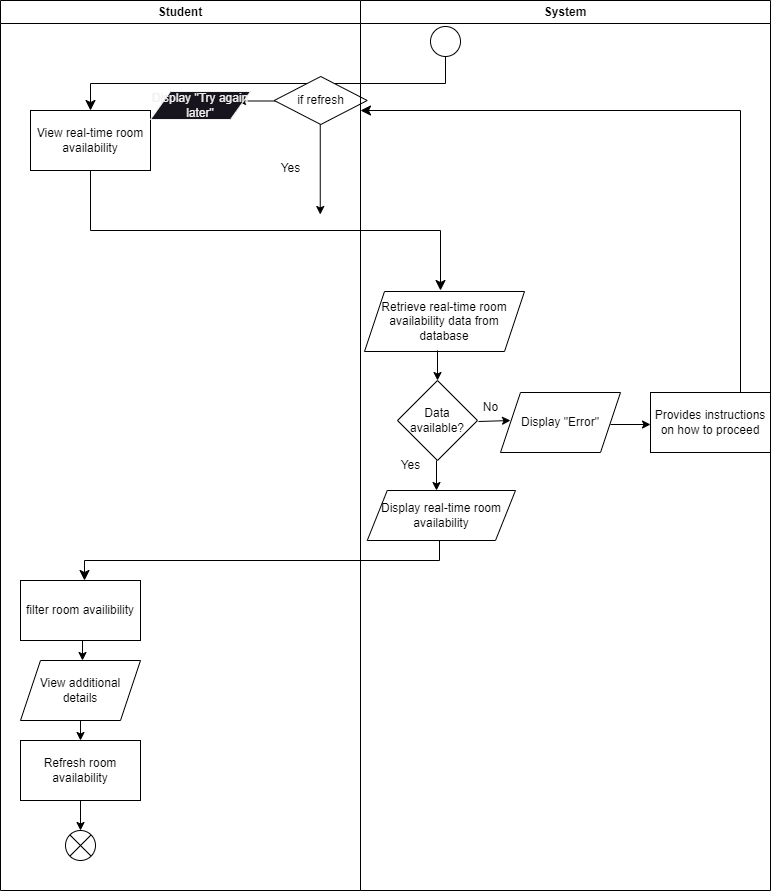
Earlier version of the draw.io export project/drawio/stakeholder/activity diagram/uc18.png (drshahizan/software-engineering). Source tidied: cells renumbered, new cells last; positions are measured from the earlier drawing's top-left corner, leaving out a move shared by most shapes.
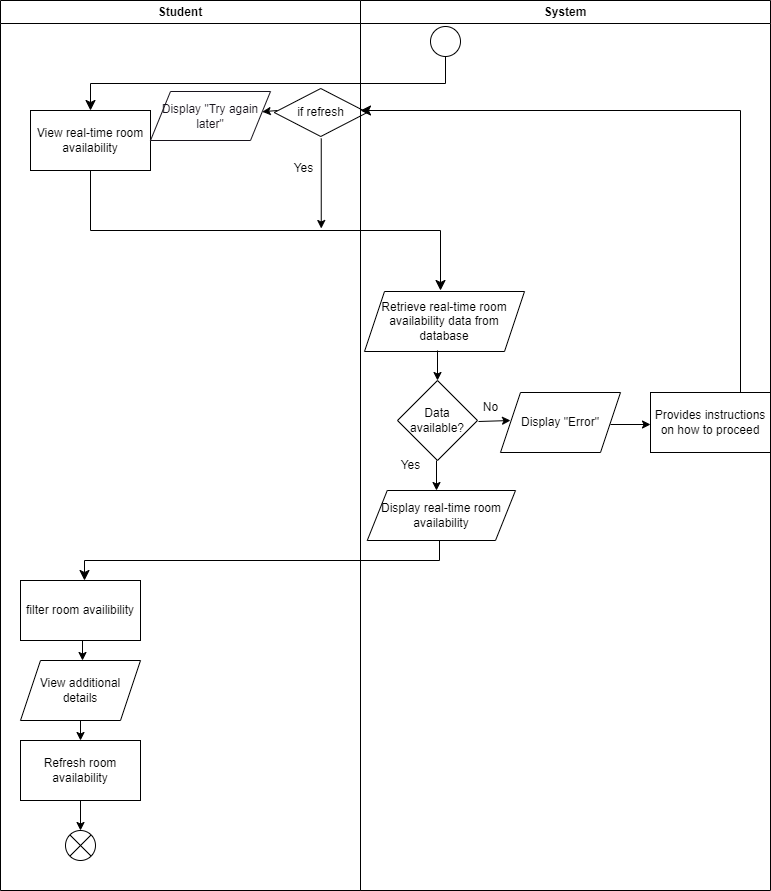
Later version of the same file.

Change to the diagram source:
```diff
@@ -99,30 +99,29 @@
     <mxCell id="24" style="ellipse;" parent="1" vertex="1">
       <mxGeometry x="430" y="26" width="30" height="30" as="geometry" />
     </mxCell>
-    <mxCell id="25" style="endArrow=classic;html=1;" parent="1" edge="1">
-      <mxGeometry relative="1" as="geometry">
-        <mxPoint x="277" y="100.5" as="sourcePoint" />
-        <mxPoint x="237" y="100.5" as="targetPoint" />
-      </mxGeometry>
-    </mxCell>
-    <mxCell id="26" value="Display &quot;Try again later&quot;" style="shape=parallelogram;perimeter=parallelogramPerimeter;whiteSpace=wrap;html=1;fixedSize=1;fontFamily=Helvetica;fontSize=12;fontColor=rgb(240, 240, 240);align=center;strokeColor=rgb(240, 240, 240);fillColor=rgb(24, 20, 29);" parent="1" vertex="1">
-      <mxGeometry x="150" y="91" width="100" height="28" as="geometry" />
+    <mxCell id="26" value="&lt;font color=&quot;#18141d&quot;&gt;Display &quot;Try again later&quot;&lt;/font&gt;" style="shape=parallelogram;perimeter=parallelogramPerimeter;whiteSpace=wrap;html=1;fixedSize=1;fontFamily=Helvetica;fontSize=12;fontColor=rgb(240, 240, 240);align=center;strokeColor=#18141D;fillColor=#FFFFFF;" parent="1" vertex="1">
+      <mxGeometry x="150" y="91" width="120" height="49" as="geometry" />
     </mxCell>
     <mxCell id="27" value="Student" style="swimlane;whiteSpace=wrap;html=1;" parent="1" vertex="1">
       <mxGeometry width="360" height="890" as="geometry" />
     </mxCell>
     <mxCell id="28" value="if refresh" style="rhombus;whiteSpace=wrap;html=1;fontFamily=Helvetica;fontSize=12;fontColor=default;align=center;strokeColor=default;fillColor=default;" parent="27" vertex="1">
-      <mxGeometry x="273.8" y="76" width="93" height="48" as="geometry" />
+      <mxGeometry x="273.8" y="88" width="93" height="48" as="geometry" />
     </mxCell>
     <mxCell id="29" value="Yes" style="text;html=1;align=center;verticalAlign=middle;strokeColor=none;fillColor=none;" parent="27" vertex="1">
-      <mxGeometry x="270" y="153" width="40" height="30" as="geometry" />
+      <mxGeometry x="283" y="153" width="40" height="30" as="geometry" />
     </mxCell>
     <mxCell id="30" style="endArrow=classic;html=1;" parent="27" edge="1">
       <mxGeometry relative="1" as="geometry">
-        <mxPoint x="319.8" y="124" as="sourcePoint" />
-        <mxPoint x="319.8" y="214" as="targetPoint" />
+        <mxPoint x="320.8" y="138" as="sourcePoint" />
+        <mxPoint x="320.8" y="228" as="targetPoint" />
       </mxGeometry>
     </mxCell>
+    <mxCell id="33" style="endArrow=classic;html=1;" parent="27" edge="1" target="26">
+      <mxGeometry relative="1" as="geometry">
+        <mxPoint x="277" y="110" as="sourcePoint" />
+      </mxGeometry>
+    </mxCell>
     <mxCell id="31" style="edgeStyle=elbowEdgeStyle;elbow=vertical;endArrow=classic;html=1;curved=0;rounded=0;endSize=8;startSize=8;exitX=0.75;exitY=0;exitDx=0;exitDy=0;" parent="1" edge="1" source="19">
       <mxGeometry relative="1" as="geometry">
         <mxPoint x="360" y="110" as="targetPoint" />
```
